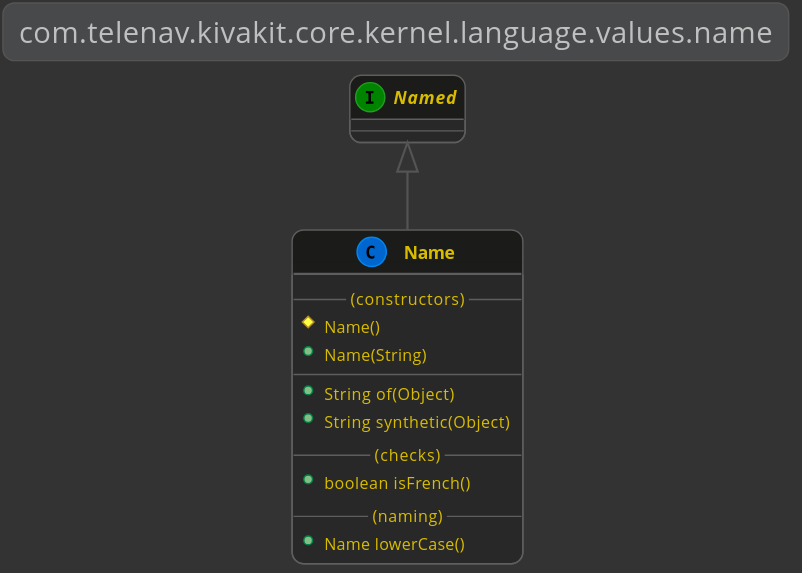
This is kivakit-core/kernel/documentation/diagrams/com.telenav.kivakit.core.kernel.language.values.name.svg from Telenav/kivakit, a PlantUML export, as it was before one commit. Source of this version:
```plantuml
@startuml

    !include ../lexakai/lexakai.theme

    title "com.telenav.kivakit.core.kernel.language.values.name"

    interface Named

    Named <|-- Name
    class Name
    {
        --(constructors)--
        #Name()
        +Name(String)
        --
        +String of(Object)
        +String synthetic(Object)
        --(checks)--
        +boolean isFrench()
        --(naming)--
        +Name lowerCase()
    }

@enduml
```
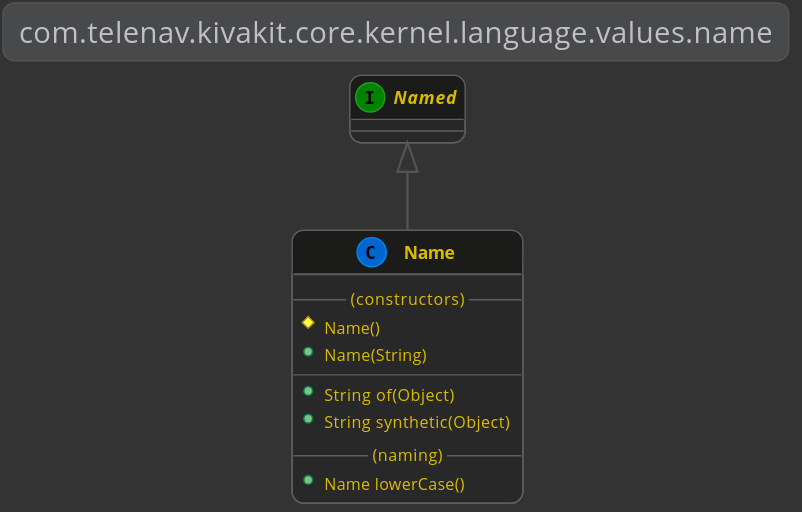
The same file after the commit.

Diff of the diagram source:
```diff
@@ -15,8 +15,6 @@
         --
         +String of(Object)
         +String synthetic(Object)
-        --(checks)--
-        +boolean isFrench()
         --(naming)--
         +Name lowerCase()
     }
```
